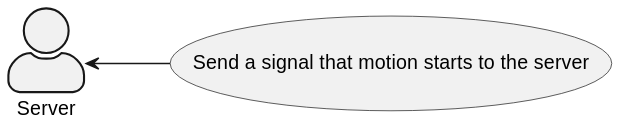
Before: project/RA/UseCasePack/UseCaseDiagram/Send a signal that motion starts to the server.svg, a diagram exported from PlantUML (DSD-PIrates/DSD-PIrates.github.io). Its diagram source:
```plantuml
@startuml

skinparam actorStyle awesome
left to right direction
actor Server


Server <-- (Send a signal that motion starts to the server.)







@enduml
```
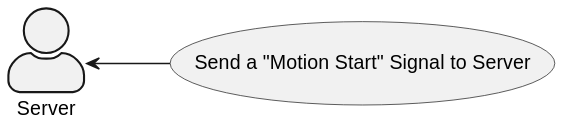
The same diagram one commit later.

The edit, as a diff of the source:
```diff
@@ -5,7 +5,7 @@
 actor Server
 
 
-Server <-- (Send a signal that motion starts to the server.)
+Server <-- (Send a "Motion Start" Signal to Server.)
 
 
 
```
